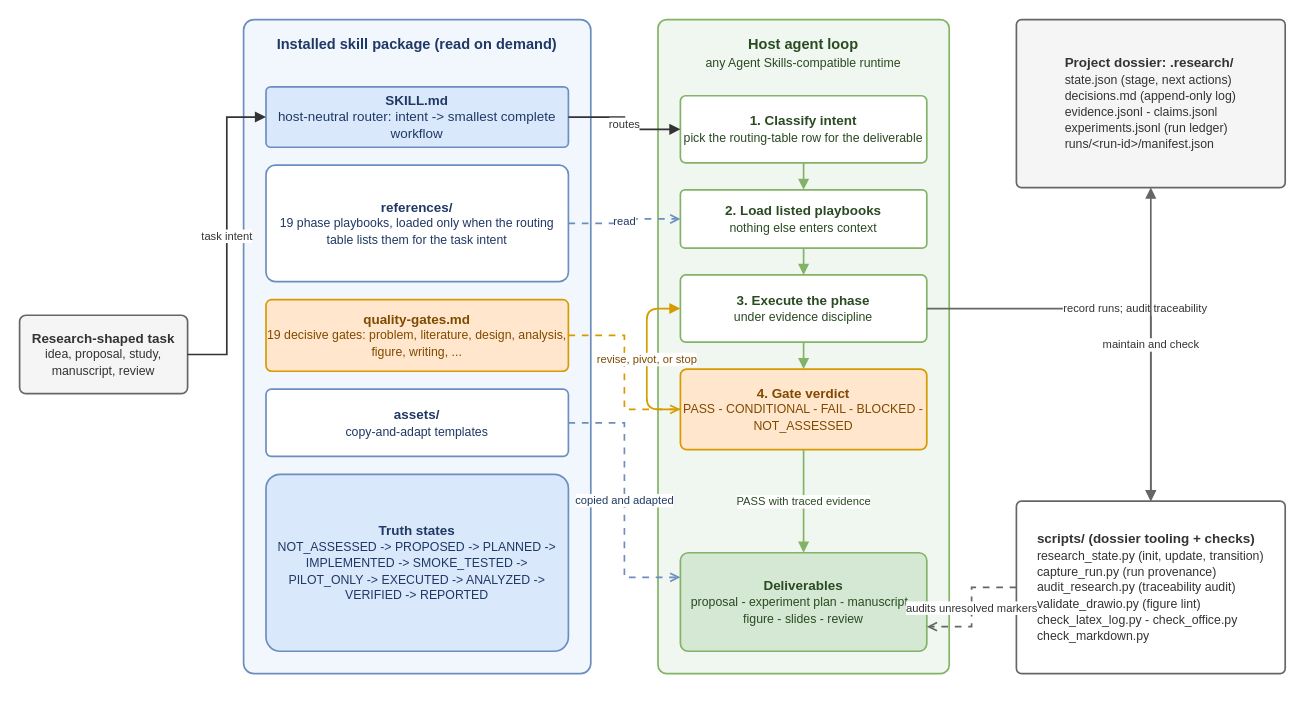
Before: figures/fig-001-skill-architecture.drawio in honghuy127/cs-ai-research-skills, a draw.io diagram. Source tidied: cells renumbered, new cells numbered last; positions are measured from the earlier drawing's top-left corner, leaving out a move shared by most shapes. Both pictures are drawn from the tidied source at 112%, with x=0, y=0 at pixel (19, 19).
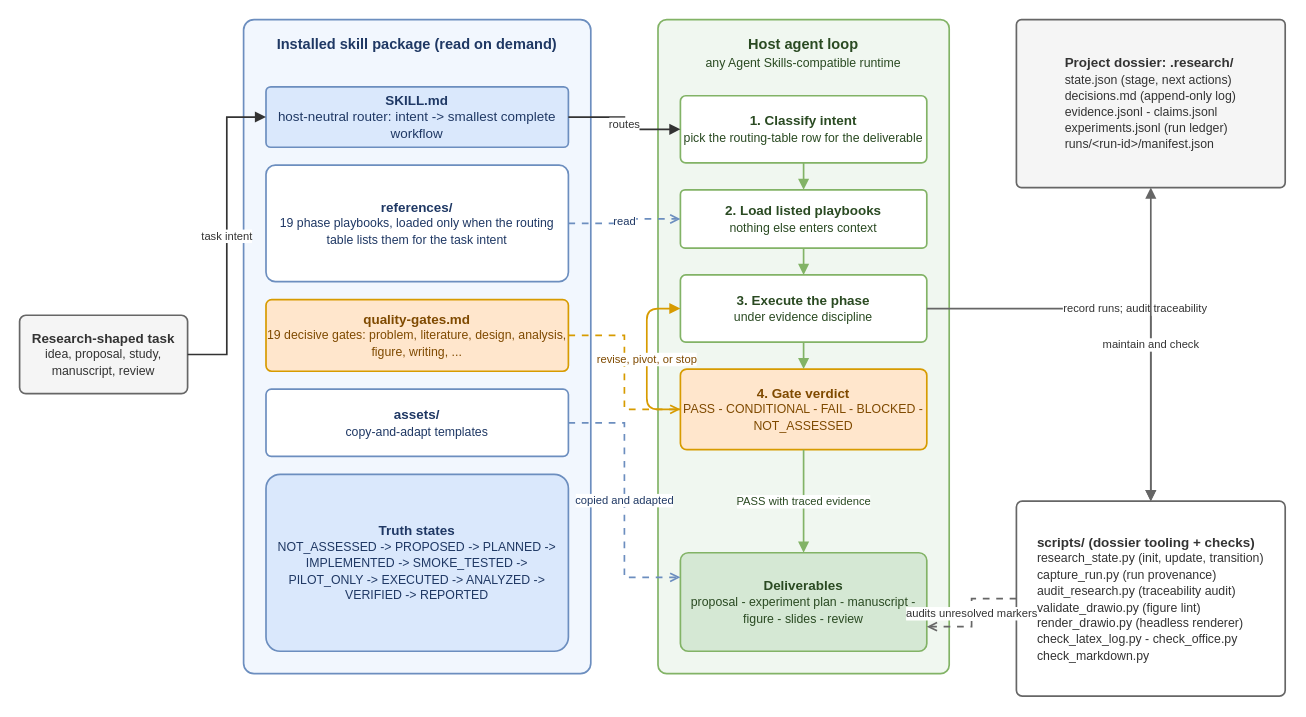
After the change.

Commit message (it also covers changes not shown here):
Fix full-audit findings F-1 to F-3 (#4)

Diff of the diagram source:
```diff
@@
-    <mxCell id="16" value="&lt;div align=&quot;left&quot;&gt;&lt;b&gt;scripts/ (dossier tooling + checks)&lt;/b&gt;&lt;br&gt;&lt;font style=&quot;font-size:11px&quot;&gt;research_state.py (init, update, transition)&lt;/font&gt;&lt;br&gt;&lt;font style=&quot;font-size:11px&quot;&gt;capture_run.py (run provenance)&lt;/font&gt;&lt;br&gt;&lt;font style=&quot;font-size:11px&quot;&gt;audit_research.py (traceability audit)&lt;/font&gt;&lt;br&gt;&lt;font style=&quot;font-size:11px&quot;&gt;validate_drawio.py (figure lint)&lt;/font&gt;&lt;br&gt;&lt;font style=&quot;font-size:11px&quot;&gt;check_latex_log.py - check_office.py&lt;/font&gt;&lt;br&gt;&lt;font style=&quot;font-size:11px&quot;&gt;check_markdown.py&lt;/font&gt;&lt;/div&gt;" style="rounded=1;whiteSpace=wrap;html=1;fillColor=#FFFFFF;strokeColor=#666666;fontSize=12;fontColor=#333333;arcSize=3;strokeWidth=1.5;align=center;verticalAlign=middle;spacing=6;" parent="1" vertex="1">
-      <mxGeometry x="890" y="430" width="240" height="154" as="geometry" />
+    <mxCell id="16" value="&lt;div align=&quot;left&quot;&gt;&lt;b&gt;scripts/ (dossier tooling + checks)&lt;/b&gt;&lt;br&gt;&lt;font style=&quot;font-size:11px&quot;&gt;research_state.py (init, update, transition)&lt;/font&gt;&lt;br&gt;&lt;font style=&quot;font-size:11px&quot;&gt;capture_run.py (run provenance)&lt;/font&gt;&lt;br&gt;&lt;font style=&quot;font-size:11px&quot;&gt;audit_research.py (traceability audit)&lt;/font&gt;&lt;br&gt;&lt;font style=&quot;font-size:11px&quot;&gt;validate_drawio.py (figure lint)&lt;/font&gt;&lt;br&gt;&lt;font style=&quot;font-size:11px&quot;&gt;render_drawio.py (headless renderer)&lt;/font&gt;&lt;br&gt;&lt;font style=&quot;font-size:11px&quot;&gt;check_latex_log.py - check_office.py&lt;/font&gt;&lt;br&gt;&lt;font style=&quot;font-size:11px&quot;&gt;check_markdown.py&lt;/font&gt;&lt;/div&gt;" style="rounded=1;whiteSpace=wrap;html=1;fillColor=#FFFFFF;strokeColor=#666666;fontSize=12;fontColor=#333333;arcSize=3;strokeWidth=1.5;align=center;verticalAlign=middle;spacing=6;" parent="1" vertex="1">
+      <mxGeometry x="890" y="430" width="240" height="174" as="geometry" />
     </mxCell>
```
